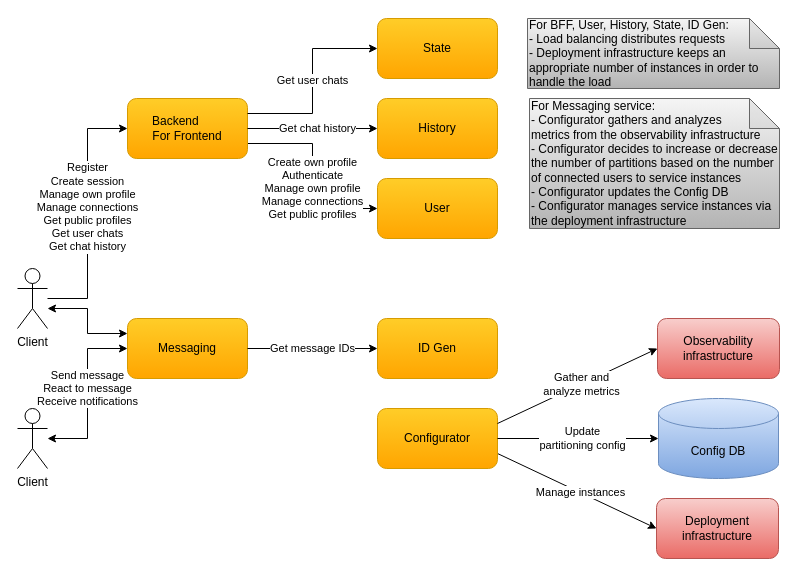
cvetomir-todorov/CecoChat keeps this draw.io diagram as docs/diagrams/cecochat-07-deployment.drawio. Above is the earlier version. Source tidied: cells renumbered, new cells numbered last; positions are measured from the earlier drawing's top-left corner, leaving out a move shared by most shapes. Both pictures are drawn from the tidied source at 100%, with x=0, y=0 at pixel (17, 18).
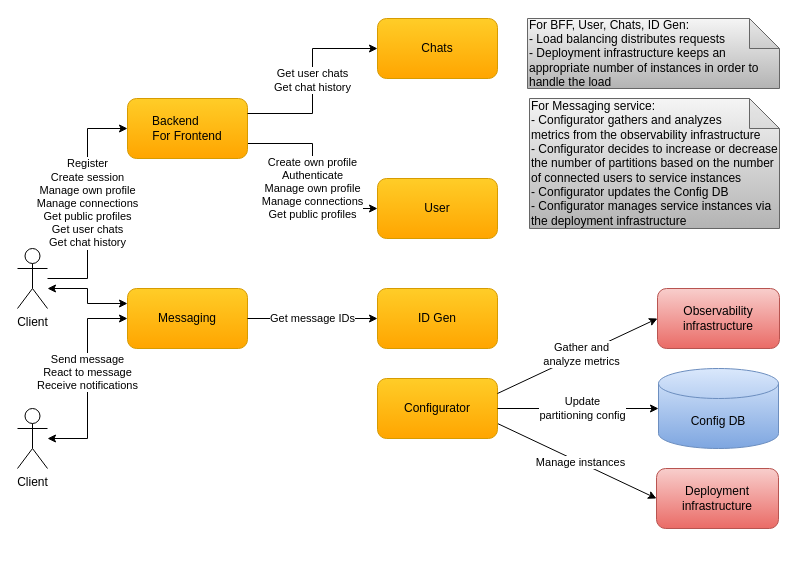
The same diagram, later.

The change refers to these unchanged cells:
```xml
<mxCell id="9" value="Client" style="shape=umlActor;verticalLabelPosition=bottom;verticalAlign=top;html=1;outlineConnect=0;" parent="1" vertex="1">
  <mxGeometry y="390" width="30" height="60" as="geometry" />
</mxCell>
<mxCell id="16" value="&lt;font style=&quot;font-size: 12px&quot;&gt;Backend&amp;nbsp; &amp;nbsp; &amp;nbsp; &amp;nbsp;&lt;br&gt;For Frontend&lt;/font&gt;" style="rounded=1;whiteSpace=wrap;html=1;gradientColor=#ffa500;fillColor=#ffcd28;strokeColor=#d79b00;" parent="1" vertex="1">
  <mxGeometry x="110" y="80" width="120" height="60" as="geometry" />
</mxCell>
```

Change to the diagram source:
```diff
@@
     <mxCell id="3" value="Deployment infrastructure" style="rounded=1;whiteSpace=wrap;html=1;gradientColor=#ea6b66;fillColor=#f8cecc;strokeColor=#b85450;" parent="1" vertex="1">
-      <mxGeometry x="639" y="480" width="122" height="60" as="geometry" />
+      <mxGeometry x="639" y="450" width="122" height="60" as="geometry" />
     </mxCell>
@@
+    <mxCell id="6" value="Register&lt;br style=&quot;border-color: var(--border-color);&quot;&gt;Create session&lt;br style=&quot;border-color: var(--border-color);&quot;&gt;Manage own&amp;nbsp;profile&lt;br style=&quot;border-color: var(--border-color);&quot;&gt;Manage connections&lt;br style=&quot;border-color: var(--border-color);&quot;&gt;Get public profiles&lt;br style=&quot;border-color: var(--border-color);&quot;&gt;Get user chats&lt;br style=&quot;border-color: var(--border-color);&quot;&gt;Get chat history" style="edgeStyle=orthogonalEdgeStyle;rounded=0;jettySize=auto;html=1;entryX=0;entryY=0.5;entryDx=0;entryDy=0;" parent="1" edge="1" source="7" target="16">
+      <mxGeometry relative="1" as="geometry" />
+    </mxCell>
     <mxCell id="5" style="edgeStyle=orthogonalEdgeStyle;rounded=0;jettySize=auto;html=1;entryX=0;entryY=0.25;entryDx=0;entryDy=0;startArrow=classic;startFill=1;" parent="1" edge="1" source="7" target="10">
       <mxGeometry relative="1" as="geometry">
         <Array as="points">
-          <mxPoint x="70" y="290" />
-          <mxPoint x="70" y="315" />
+          <mxPoint x="70" y="270" />
+          <mxPoint x="70" y="285" />
         </Array>
       </mxGeometry>
     </mxCell>
-    <mxCell id="6" value="Register&lt;br style=&quot;border-color: var(--border-color);&quot;&gt;Create session&lt;br style=&quot;border-color: var(--border-color);&quot;&gt;Manage own&amp;nbsp;profile&lt;br style=&quot;border-color: var(--border-color);&quot;&gt;Manage connections&lt;br style=&quot;border-color: var(--border-color);&quot;&gt;Get public profiles&lt;br style=&quot;border-color: var(--border-color);&quot;&gt;Get user chats&lt;br style=&quot;border-color: var(--border-color);&quot;&gt;Get chat history" style="edgeStyle=orthogonalEdgeStyle;rounded=0;jettySize=auto;html=1;entryX=0;entryY=0.5;entryDx=0;entryDy=0;" parent="1" edge="1" target="16">
-      <mxGeometry x="0.05" relative="1" as="geometry">
-        <mxPoint x="30" y="280" as="sourcePoint" />
-        <Array as="points">
-          <mxPoint x="30" y="280" />
-          <mxPoint x="70" y="280" />
-          <mxPoint x="70" y="110" />
-        </Array>
-      </mxGeometry>
-    </mxCell>
     <mxCell id="7" value="Client" style="shape=umlActor;verticalLabelPosition=bottom;verticalAlign=top;html=1;outlineConnect=0;" parent="1" vertex="1">
-      <mxGeometry y="250" width="30" height="60" as="geometry" />
+      <mxGeometry y="230" width="30" height="60" as="geometry" />
     </mxCell>
     <mxCell id="8" value="Send message&lt;br&gt;React to message&lt;br&gt;Receive notifications" style="edgeStyle=orthogonalEdgeStyle;rounded=0;jettySize=auto;html=1;entryX=0;entryY=0.5;entryDx=0;entryDy=0;startArrow=classic;startFill=1;" parent="1" edge="1" source="9" target="10">
-      <mxGeometry x="0.06" relative="1" as="geometry" />
+      <mxGeometry x="0.06" relative="1" as="geometry">
+        <Array as="points">
+          <mxPoint x="70" y="420" />
+          <mxPoint x="70" y="300" />
+        </Array>
+      </mxGeometry>
     </mxCell>
@@
     <mxCell id="10" value="&lt;font style=&quot;font-size: 12px&quot;&gt;Messaging&lt;/font&gt;" style="rounded=1;whiteSpace=wrap;html=1;gradientColor=#ffa500;fillColor=#ffcd28;strokeColor=#d79b00;" parent="1" vertex="1">
-      <mxGeometry x="110" y="300" width="120" height="60" as="geometry" />
+      <mxGeometry x="110" y="270" width="120" height="60" as="geometry" />
     </mxCell>
     <mxCell id="11" value="Configurator" style="rounded=1;whiteSpace=wrap;html=1;gradientColor=#ffa500;fillColor=#ffcd28;strokeColor=#d79b00;" parent="1" vertex="1">
-      <mxGeometry x="360" y="390" width="120" height="60" as="geometry" />
+      <mxGeometry x="360" y="360" width="120" height="60" as="geometry" />
     </mxCell>
-    <mxCell id="12" value="&lt;font style=&quot;font-size: 12px&quot;&gt;History&lt;/font&gt;" style="rounded=1;whiteSpace=wrap;html=1;gradientColor=#ffa500;fillColor=#ffcd28;strokeColor=#d79b00;" parent="1" vertex="1">
-      <mxGeometry x="360" y="80" width="120" height="60" as="geometry" />
-    </mxCell>
     <mxCell id="13" value="&lt;font style=&quot;font-size: 12px&quot;&gt;ID Gen&lt;/font&gt;" style="rounded=1;whiteSpace=wrap;html=1;gradientColor=#ffa500;fillColor=#ffcd28;strokeColor=#d79b00;" parent="1" vertex="1">
-      <mxGeometry x="360" y="300" width="120" height="60" as="geometry" />
+      <mxGeometry x="360" y="270" width="120" height="60" as="geometry" />
     </mxCell>
@@
-    <mxCell id="17" value="&lt;font style=&quot;font-size: 12px&quot;&gt;State&lt;/font&gt;" style="rounded=1;whiteSpace=wrap;html=1;gradientColor=#ffa500;fillColor=#ffcd28;strokeColor=#d79b00;" parent="1" vertex="1">
+    <mxCell id="17" value="&lt;font style=&quot;font-size: 12px&quot;&gt;Chats&lt;/font&gt;" style="rounded=1;whiteSpace=wrap;html=1;gradientColor=#ffa500;fillColor=#ffcd28;strokeColor=#d79b00;" parent="1" vertex="1">
       <mxGeometry x="360" width="120" height="60" as="geometry" />
     </mxCell>
-    <mxCell id="18" value="Get chat history" style="endArrow=classic;html=1;entryX=0;entryY=0.5;entryDx=0;entryDy=0;exitX=1;exitY=0.5;exitDx=0;exitDy=0;rounded=0;edgeStyle=orthogonalEdgeStyle;" parent="1" edge="1" source="16" target="12">
-      <mxGeometry x="0.08" relative="1" as="geometry" />
-    </mxCell>
-    <mxCell id="19" value="Get user chats" style="endArrow=classic;html=1;entryX=0;entryY=0.5;entryDx=0;entryDy=0;edgeStyle=orthogonalEdgeStyle;rounded=0;exitX=1;exitY=0.25;exitDx=0;exitDy=0;" parent="1" edge="1" source="16" target="17">
+    <mxCell id="19" value="Get user chats&lt;br&gt;Get chat history" style="endArrow=classic;html=1;entryX=0;entryY=0.5;entryDx=0;entryDy=0;edgeStyle=orthogonalEdgeStyle;rounded=0;exitX=1;exitY=0.25;exitDx=0;exitDy=0;" parent="1" edge="1" source="16" target="17">
       <mxGeometry relative="1" as="geometry" />
     </mxCell>
-    <mxCell id="20" value="&lt;div&gt;&lt;span&gt;For BFF, User, History, State,&amp;nbsp;&lt;/span&gt;&lt;span&gt;ID Gen:&lt;/span&gt;&lt;/div&gt;&lt;div&gt;- Load balancing distributes requests&lt;span&gt;&lt;br&gt;&lt;/span&gt;&lt;/div&gt;&lt;div&gt;&lt;span&gt;- Deployment infrastructure keeps an appropriate number of instances in order to handle the load&lt;/span&gt;&lt;/div&gt;" style="shape=note;whiteSpace=wrap;html=1;backgroundOutline=1;darkOpacity=0.05;align=left;gradientColor=#b3b3b3;fillColor=#f5f5f5;strokeColor=#666666;" parent="1" vertex="1">
+    <mxCell id="20" value="&lt;div&gt;&lt;span&gt;For BFF, User, Chats,&amp;nbsp;&lt;/span&gt;&lt;span&gt;ID Gen:&lt;/span&gt;&lt;/div&gt;&lt;div&gt;- Load balancing distributes requests&lt;span&gt;&lt;br&gt;&lt;/span&gt;&lt;/div&gt;&lt;div&gt;&lt;span&gt;- Deployment infrastructure keeps an appropriate number of instances in order to handle the load&lt;/span&gt;&lt;/div&gt;" style="shape=note;whiteSpace=wrap;html=1;backgroundOutline=1;darkOpacity=0.05;align=left;gradientColor=#b3b3b3;fillColor=#f5f5f5;strokeColor=#666666;" parent="1" vertex="1">
       <mxGeometry x="510" width="252" height="70" as="geometry" />
     </mxCell>
@@
     <mxCell id="22" value="Observability infrastructure" style="rounded=1;whiteSpace=wrap;html=1;gradientColor=#ea6b66;fillColor=#f8cecc;strokeColor=#b85450;" parent="1" vertex="1">
-      <mxGeometry x="640" y="300" width="122" height="60" as="geometry" />
+      <mxGeometry x="640" y="270" width="122" height="60" as="geometry" />
     </mxCell>
@@
     <mxCell id="24" value="Config DB" style="shape=cylinder3;whiteSpace=wrap;html=1;boundedLbl=1;backgroundOutline=1;size=15;gradientColor=#7ea6e0;fillColor=#dae8fc;strokeColor=#6c8ebf;" parent="1" vertex="1">
-      <mxGeometry x="641" y="380" width="120" height="80" as="geometry" />
+      <mxGeometry x="641" y="350" width="120" height="80" as="geometry" />
     </mxCell>
```
